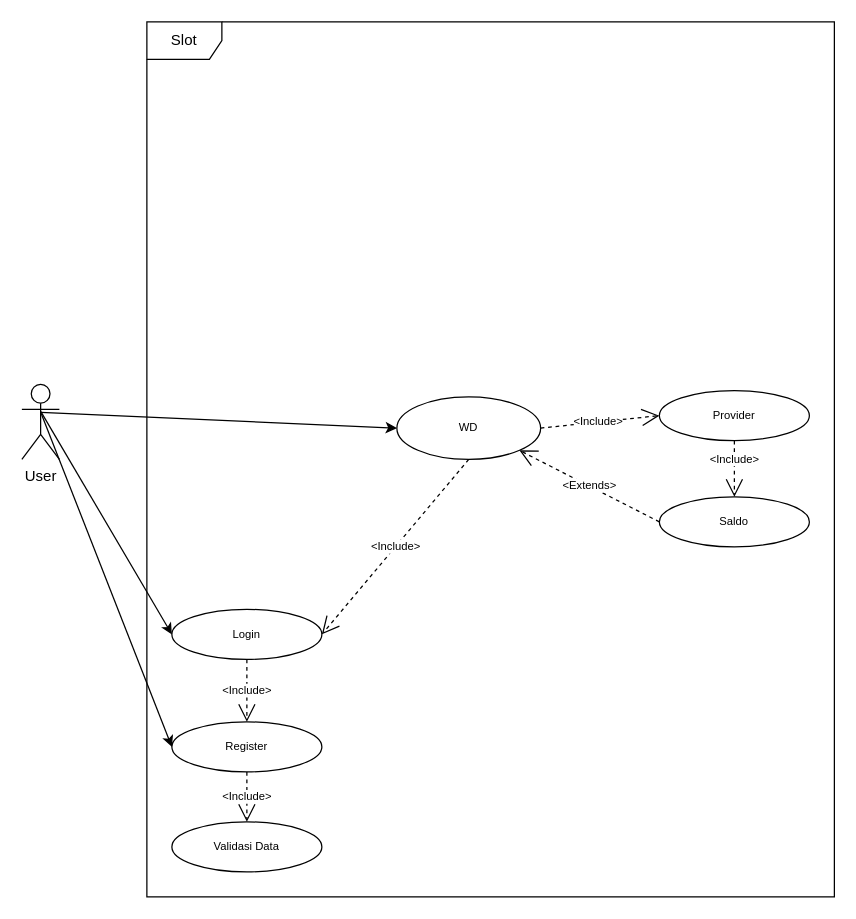
This is page "UseCase Slot" (5 of 5) of slot.drawio from irvansindy/slot, a draw.io file, before an edit. Source tidied: cells renumbered, new cells numbered last; positions are measured from the earlier drawing's top-left corner, leaving out a move shared by most shapes. Both pictures are drawn from the tidied source at 125%, with x=0, y=0 at pixel (21, 21).
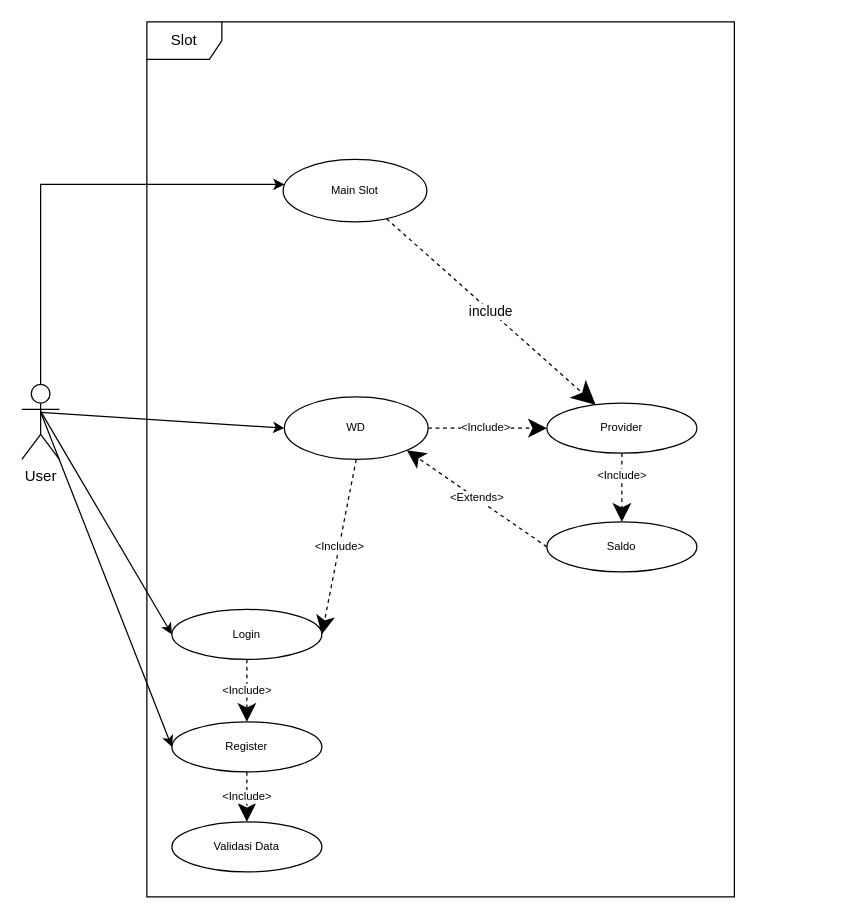
After the change.

Unchanged cells that the change refers to:
```xml
<mxCell id="3" value="User" style="shape=umlActor;verticalLabelPosition=bottom;verticalAlign=top;html=1;" parent="1" vertex="1">
  <mxGeometry y="290" width="30" height="60" as="geometry" />
</mxCell>
<mxCell id="4" value="Login" style="ellipse;whiteSpace=wrap;html=1;fontSize=9;" parent="1" vertex="1">
  <mxGeometry x="120" y="470" width="120" height="40" as="geometry" />
</mxCell>
<mxCell id="5" value="Register" style="ellipse;whiteSpace=wrap;html=1;fontSize=9;" parent="1" vertex="1">
  <mxGeometry x="120" y="560" width="120" height="40" as="geometry" />
</mxCell>
<mxCell id="6" value="Validasi Data" style="ellipse;whiteSpace=wrap;html=1;fontSize=9;" parent="1" vertex="1">
  <mxGeometry x="120" y="640" width="120" height="40" as="geometry" />
</mxCell>
```

The edit, as a diff of the source:
```diff
@@
     <mxCell id="2" value="Slot" style="shape=umlFrame;whiteSpace=wrap;html=1;" parent="1" vertex="1">
-      <mxGeometry x="100" width="550" height="700" as="geometry" />
+      <mxGeometry x="100" width="470" height="700" as="geometry" />
     </mxCell>
+    <mxCell id="20" style="edgeStyle=orthogonalEdgeStyle;rounded=0;jettySize=auto;html=1;" parent="1" edge="1" source="3" target="21">
+      <mxGeometry relative="1" as="geometry">
+        <Array as="points">
+          <mxPoint x="15" y="130" />
+        </Array>
+      </mxGeometry>
+    </mxCell>
@@
-    <mxCell id="9" value="&amp;lt;Include&amp;gt;" style="endArrow=open;endSize=12;dashed=1;html=1;rounded=0;fontSize=9;exitX=0.5;exitY=1;exitDx=0;exitDy=0;entryX=0.5;entryY=0;entryDx=0;entryDy=0;" parent="1" edge="1" source="4" target="5">
+    <mxCell id="9" value="&amp;lt;Include&amp;gt;" style="endArrow=classic;endSize=12;dashed=1;html=1;rounded=0;fontSize=9;exitX=0.5;exitY=1;exitDx=0;exitDy=0;entryX=0.5;entryY=0;entryDx=0;entryDy=0;endFill=1;" parent="1" edge="1" source="4" target="5">
       <mxGeometry relative="1" as="geometry" />
     </mxCell>
-    <mxCell id="10" value="&amp;lt;Include&amp;gt;" style="endArrow=open;endSize=12;dashed=1;html=1;rounded=0;fontSize=9;exitX=0.5;exitY=1;exitDx=0;exitDy=0;entryX=0.5;entryY=0;entryDx=0;entryDy=0;" parent="1" edge="1" source="5" target="6">
+    <mxCell id="10" value="&amp;lt;Include&amp;gt;" style="endArrow=classic;endSize=12;dashed=1;html=1;rounded=0;fontSize=9;exitX=0.5;exitY=1;exitDx=0;exitDy=0;entryX=0.5;entryY=0;entryDx=0;entryDy=0;endFill=1;" parent="1" edge="1" source="5" target="6">
       <mxGeometry relative="1" as="geometry" />
     </mxCell>
     <mxCell id="11" value="WD" style="ellipse;whiteSpace=wrap;html=1;fontSize=9;" parent="1" vertex="1">
-      <mxGeometry x="300" y="300" width="115" height="50" as="geometry" />
+      <mxGeometry x="210" y="300" width="115" height="50" as="geometry" />
     </mxCell>
@@
     <mxCell id="13" value="Provider" style="ellipse;whiteSpace=wrap;html=1;fontSize=9;" parent="1" vertex="1">
-      <mxGeometry x="510" y="295" width="120" height="40" as="geometry" />
+      <mxGeometry x="420" y="305" width="120" height="40" as="geometry" />
     </mxCell>
@@
     <mxCell id="15" value="Saldo" style="ellipse;whiteSpace=wrap;html=1;fontSize=9;" parent="1" vertex="1">
-      <mxGeometry x="510" y="380" width="120" height="40" as="geometry" />
+      <mxGeometry x="420" y="400" width="120" height="40" as="geometry" />
     </mxCell>
-    <mxCell id="16" value="&amp;lt;Include&amp;gt;" style="endArrow=open;endSize=12;dashed=1;html=1;rounded=0;fontSize=9;exitX=0.5;exitY=1;exitDx=0;exitDy=0;entryX=1;entryY=0.5;entryDx=0;entryDy=0;" parent="1" edge="1" source="11" target="4">
+    <mxCell id="16" value="&amp;lt;Include&amp;gt;" style="endArrow=classic;endSize=12;dashed=1;html=1;rounded=0;fontSize=9;exitX=0.5;exitY=1;exitDx=0;exitDy=0;entryX=1;entryY=0.5;entryDx=0;entryDy=0;endFill=1;" parent="1" edge="1" source="11" target="4">
       <mxGeometry relative="1" as="geometry" />
     </mxCell>
-    <mxCell id="17" value="&amp;lt;Extends&amp;gt;" style="endArrow=open;endSize=12;dashed=1;html=1;rounded=0;fontSize=9;exitX=0;exitY=0.5;exitDx=0;exitDy=0;entryX=1;entryY=1;entryDx=0;entryDy=0;" parent="1" edge="1" source="15" target="11">
+    <mxCell id="17" value="&amp;lt;Extends&amp;gt;" style="endArrow=classic;endSize=12;dashed=1;html=1;rounded=0;fontSize=9;exitX=0;exitY=0.5;exitDx=0;exitDy=0;entryX=1;entryY=1;entryDx=0;entryDy=0;endFill=1;" parent="1" edge="1" source="15" target="11">
       <mxGeometry relative="1" as="geometry" />
     </mxCell>
-    <mxCell id="18" value="&amp;lt;Include&amp;gt;" style="endArrow=open;endSize=12;dashed=1;html=1;rounded=0;fontSize=9;exitX=0.5;exitY=1;exitDx=0;exitDy=0;entryX=0.5;entryY=0;entryDx=0;entryDy=0;" parent="1" edge="1" source="13" target="15">
+    <mxCell id="18" value="&amp;lt;Include&amp;gt;" style="endArrow=classic;endSize=12;dashed=1;html=1;rounded=0;fontSize=9;exitX=0.5;exitY=1;exitDx=0;exitDy=0;entryX=0.5;entryY=0;entryDx=0;entryDy=0;endFill=1;" parent="1" edge="1" source="13" target="15">
       <mxGeometry x="-0.33" relative="1" as="geometry" />
     </mxCell>
-    <mxCell id="19" value="&amp;lt;Include&amp;gt;" style="endArrow=open;endSize=12;dashed=1;html=1;rounded=0;fontSize=9;exitX=1;exitY=0.5;exitDx=0;exitDy=0;entryX=0;entryY=0.5;entryDx=0;entryDy=0;" parent="1" edge="1" source="11" target="13">
+    <mxCell id="19" value="&amp;lt;Include&amp;gt;" style="endArrow=classic;endSize=12;dashed=1;html=1;rounded=0;fontSize=9;exitX=1;exitY=0.5;exitDx=0;exitDy=0;entryX=0;entryY=0.5;entryDx=0;entryDy=0;endFill=1;" parent="1" edge="1" source="11" target="13">
       <mxGeometry x="-0.03" relative="1" as="geometry" />
     </mxCell>
+    <mxCell id="21" value="Main Slot" style="ellipse;whiteSpace=wrap;html=1;fontSize=9;" parent="1" vertex="1">
+      <mxGeometry x="209" y="110" width="115" height="50" as="geometry" />
+    </mxCell>
+    <mxCell id="22" value="include" style="endArrow=classic;endSize=16;endFill=1;html=1;rounded=0;dashed=1;" parent="1" edge="1" source="21" target="13">
+      <mxGeometry relative="1" as="geometry" />
+    </mxCell>
```
